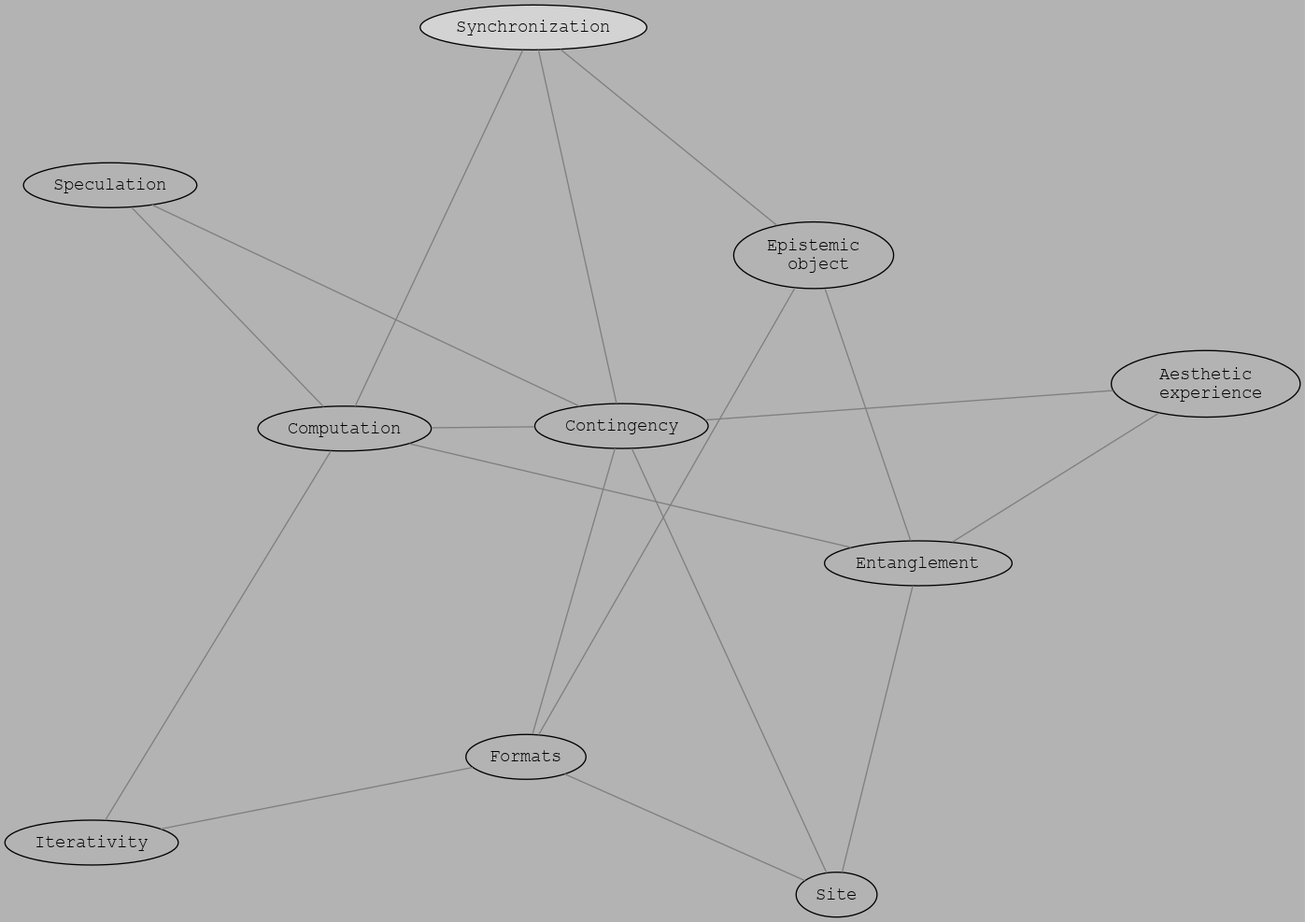
Sciss/Almat-LD keeps this Graphviz diagram as ghent/cloud.png. Above is the earlier version. Its source is kept beside it as ghent/cloud.dot.
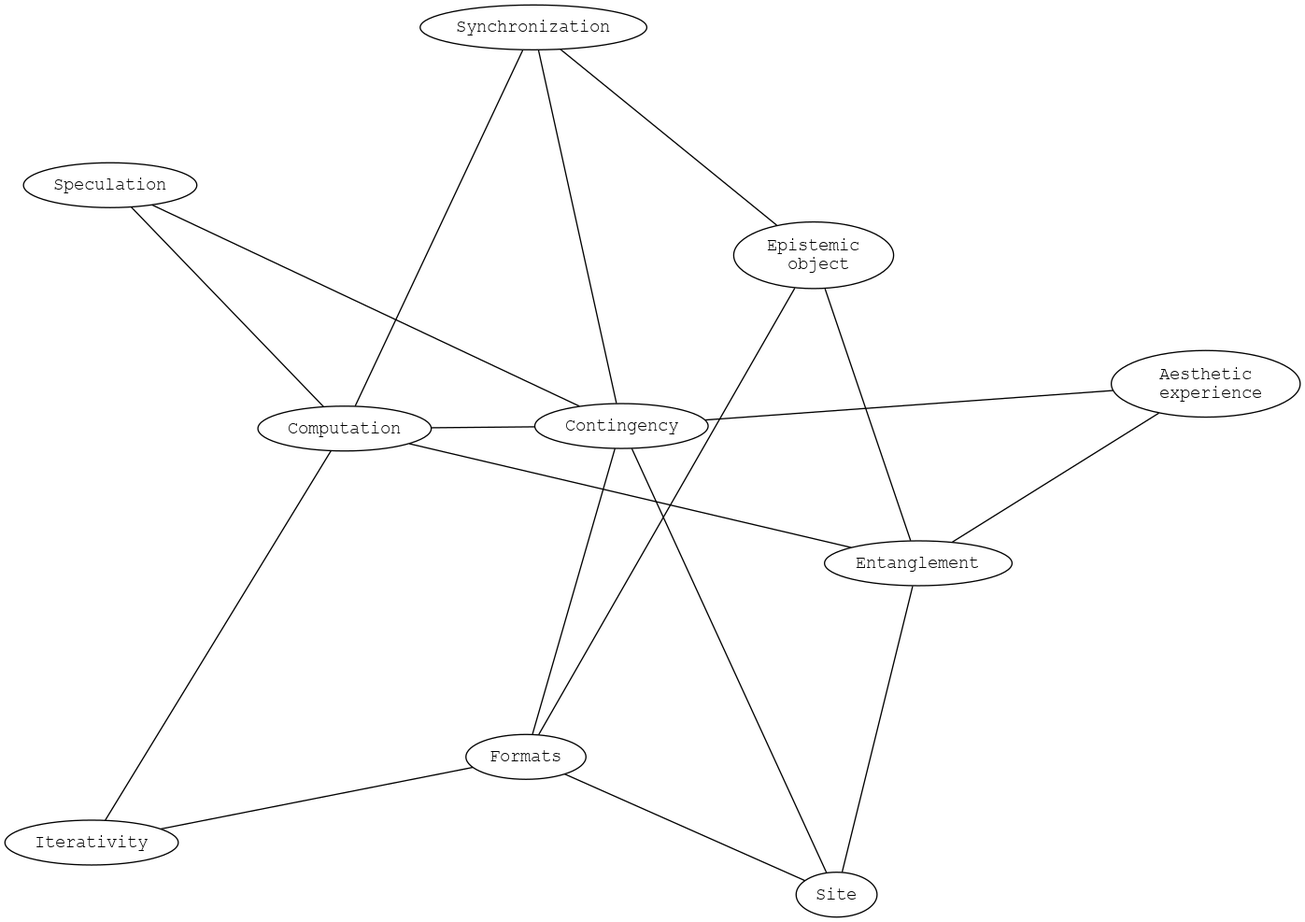
Later version of the same file.

The edit, as a diff of the source:
```diff
@@ -1,8 +1,5 @@
 graph graphname {
-	graph [bgcolor=grey70];
 	node [fontname = "courier new"];
-	edge [color=gray50];
-	Synchronization[style=filled]
 	Synchronization -- "Epistemic\n object";
 	Synchronization -- Contingency;
 	Computation -- Entanglement;
```
